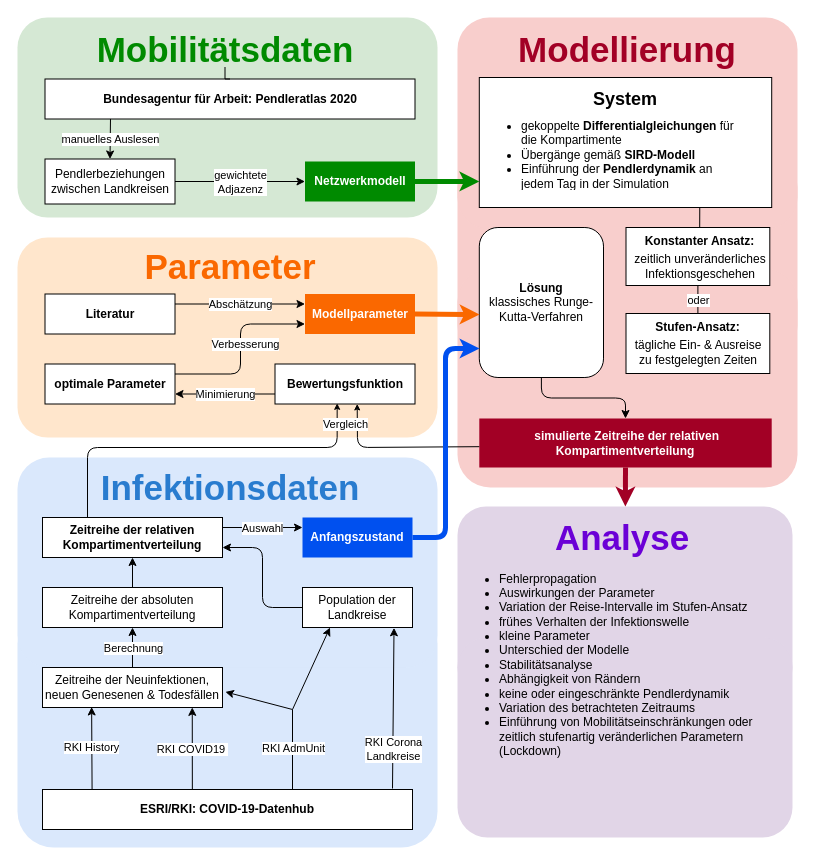
The draw.io diagram Media/Flowchart.drawio in torbensun/Modeling-Of-Epidemics-With-Compartmental-And-Network-Models, before the edit. Source tidied: cells renumbered, new cells numbered last; positions are measured from the earlier drawing's top-left corner, leaving out a move shared by most shapes. Both pictures are drawn from the tidied source at 100%, with x=0, y=0 at pixel (17, 17).
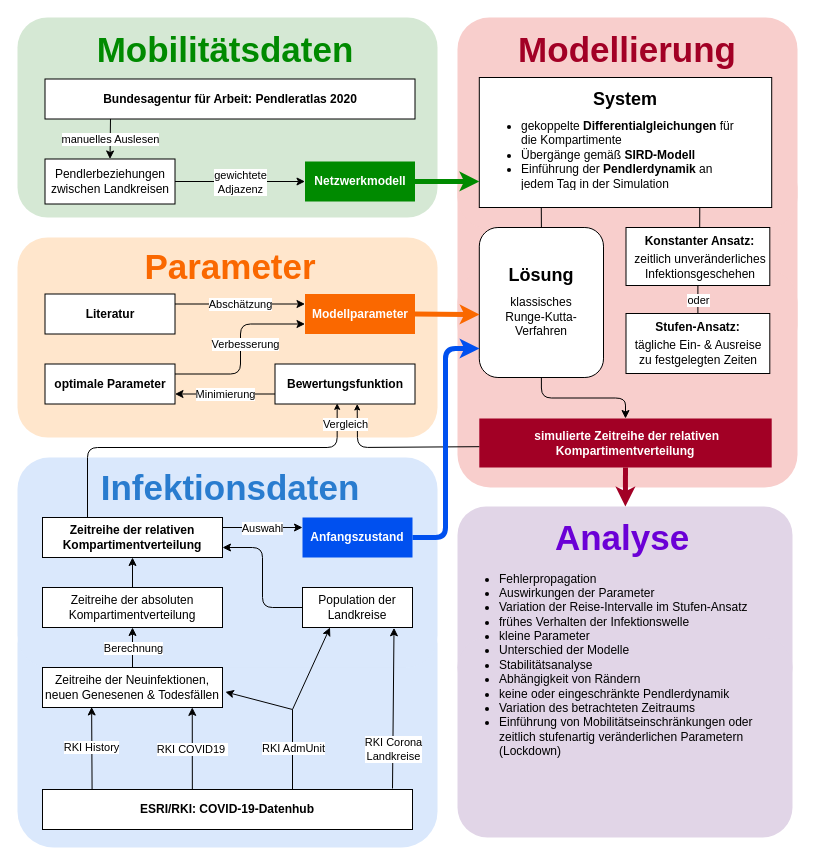
After the change.

Unchanged cells that the change refers to:
```xml
<mxCell id="24" value="&lt;b&gt;Bundesagentur für Arbeit: Pendleratlas 2020&lt;/b&gt;" style="rounded=0;whiteSpace=wrap;html=1;" parent="1" vertex="1">
  <mxGeometry x="27.5" y="61.5" width="370" height="40" as="geometry" />
</mxCell>
<mxCell id="32" style="rounded=0;whiteSpace=wrap;html=1;strokeWidth=1;" parent="1" vertex="1">
  <mxGeometry x="461.8" y="60" width="292.4" height="130" as="geometry" />
</mxCell>
<mxCell id="37" value="Mobilitätsdaten" style="text;strokeColor=none;fillColor=none;align=center;verticalAlign=middle;rounded=0;horizontal=1;labelBorderColor=none;whiteSpace=wrap;html=1;fontSize=35;fontStyle=1;fontColor=#008A00;" parent="1" vertex="1">
  <mxGeometry x="187.5" y="21.5" width="40" height="20" as="geometry" />
</mxCell>
```

The edit, as a diff of the source:
```diff
@@
-    <mxCell id="36" style="edgeStyle=orthogonalEdgeStyle;rounded=0;jettySize=auto;html=1;fontColor=#FA6800;startArrow=none;startFill=0;endArrow=none;endFill=0;startSize=7;endSize=4;sourcePerimeterSpacing=8;strokeColor=#000000;strokeWidth=1;" parent="1" edge="1" source="37" target="24">
-      <mxGeometry relative="1" as="geometry" />
-    </mxCell>
@@
-    <mxCell id="51" value="&lt;b&gt;Lösung&lt;/b&gt;&lt;br&gt;klassisches Runge-Kutta-Verfahren" style="rounded=1;whiteSpace=wrap;html=1;fontSize=12;strokeWidth=1;verticalAlign=middle;gradientDirection=east;" parent="1" vertex="1">
+    <mxCell id="51" value="&lt;br&gt;&lt;br&gt;klassisches&lt;br&gt;Runge-Kutta-Verfahren" style="rounded=1;whiteSpace=wrap;html=1;fontSize=12;strokeWidth=1;verticalAlign=middle;gradientDirection=east;" parent="1" vertex="1">
       <mxGeometry x="461.8" y="210" width="124.2" height="150" as="geometry" />
     </mxCell>
@@
+    <mxCell id="79" style="endArrow=none;html=1;fontColor=#008A00;startSize=7;endSize=4;sourcePerimeterSpacing=8;strokeWidth=1;entryX=0.5;entryY=0;entryDx=0;entryDy=0;exitX=0.212;exitY=0.999;exitDx=0;exitDy=0;exitPerimeter=0;" parent="1" edge="1" source="32" target="51">
+      <mxGeometry relative="1" as="geometry" />
+    </mxCell>
+    <mxCell id="80" value="&lt;b style=&quot;font-size: 18px&quot;&gt;Lösung&lt;/b&gt;" style="text;html=1;strokeColor=none;fillColor=none;align=center;verticalAlign=middle;whiteSpace=wrap;rounded=0;fontSize=18;" parent="1" vertex="1">
+      <mxGeometry x="503.9" y="248" width="40" height="20" as="geometry" />
+    </mxCell>
```
